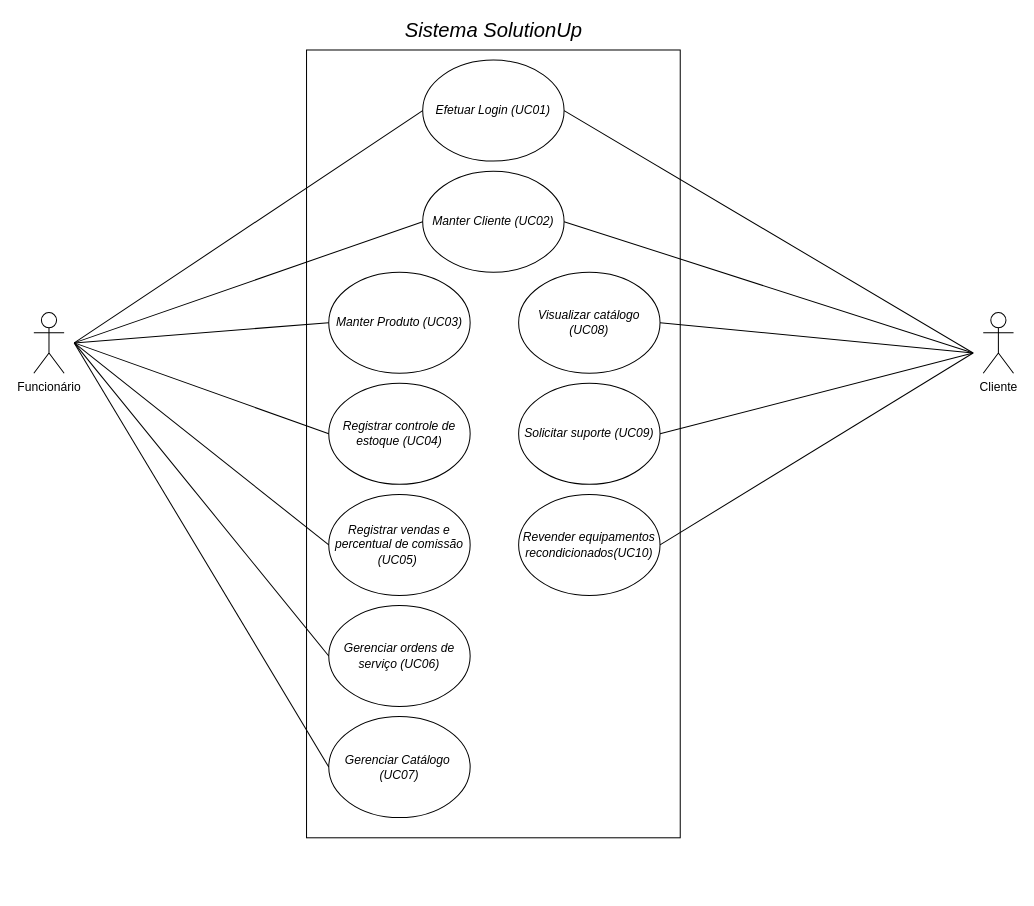
Above: 29-Mapeamento de Atores e Diagrama de Casos de Uso do Subsistema/SolutionUp_Diagrama de UCs.drawio in emersonsoaresdasilva/projeto-ope (draw.io), before the change. Source tidied: cells renumbered, new cells numbered last; positions are measured from the earlier drawing's top-left corner, leaving out a move shared by most shapes. Both pictures are drawn from the tidied source at 101%, with x=0, y=0 at pixel (33, 19).
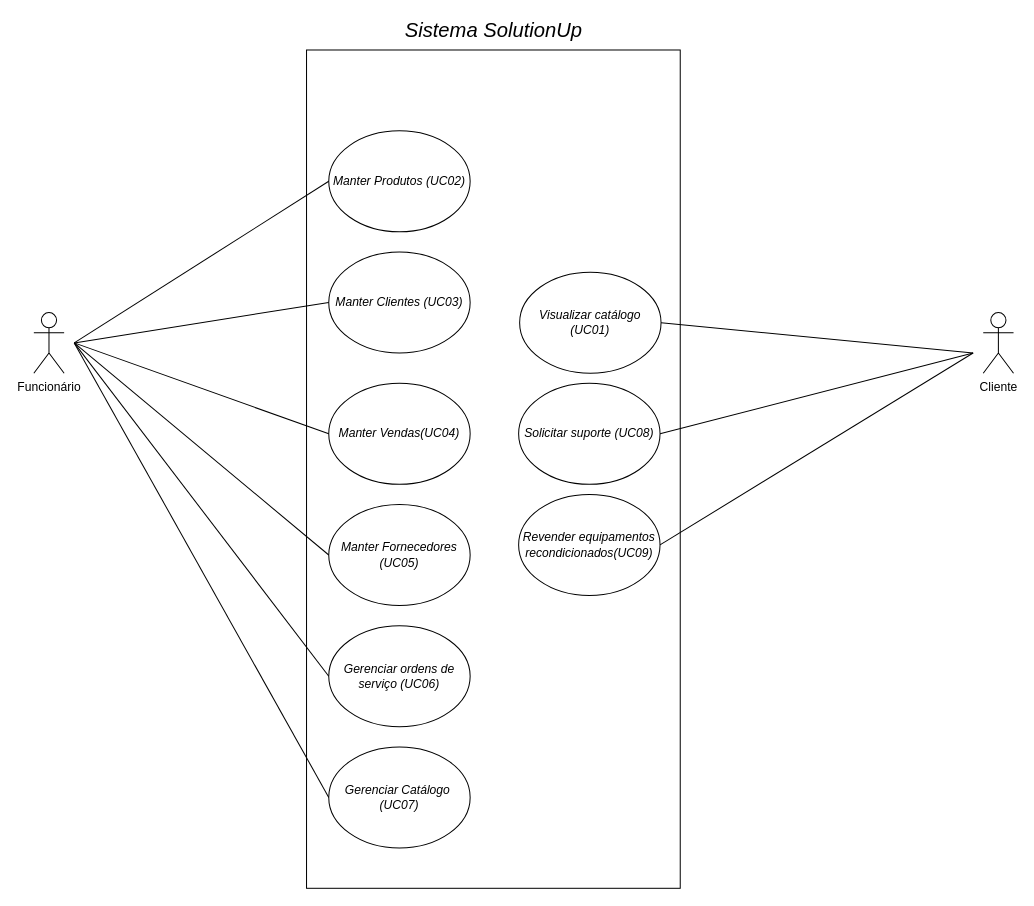
The same page after the edit.

Diff of the diagram source:
```diff
@@
     <mxCell id="2" style="rounded=0;whiteSpace=wrap;html=1;" parent="1" vertex="1">
-      <mxGeometry x="270" y="30" width="370" height="780" as="geometry" />
+      <mxGeometry x="270" y="30" width="370" height="830" as="geometry" />
     </mxCell>
@@
-    <mxCell id="5" value="Visualizar catálogo (UC08)" style="ellipse;whiteSpace=wrap;html=1;fontStyle=2;" parent="1" vertex="1">
-      <mxGeometry x="480" y="250" width="140" height="100" as="geometry" />
+    <mxCell id="5" value="Visualizar catálogo (UC01)" style="ellipse;whiteSpace=wrap;html=1;fontStyle=2;" parent="1" vertex="1">
+      <mxGeometry x="481" y="250" width="140" height="100" as="geometry" />
     </mxCell>
-    <mxCell id="6" value="Solicitar suporte (UC09)" style="ellipse;whiteSpace=wrap;html=1;fontStyle=2;" parent="1" vertex="1">
+    <mxCell id="6" value="Solicitar suporte (UC08)" style="ellipse;whiteSpace=wrap;html=1;fontStyle=2;" parent="1" vertex="1">
       <mxGeometry x="480" y="360" width="140" height="100" as="geometry" />
     </mxCell>
-    <mxCell id="7" value="Efetuar Login (UC01)" style="ellipse;whiteSpace=wrap;html=1;fontStyle=2;" parent="1" vertex="1">
-      <mxGeometry x="385" y="40" width="140" height="100" as="geometry" />
-    </mxCell>
@@
-    <mxCell id="9" value="Manter Cliente (UC02)" style="ellipse;whiteSpace=wrap;html=1;fontStyle=2;" parent="1" vertex="1">
-      <mxGeometry x="385" y="150" width="140" height="100" as="geometry" />
+    <mxCell id="9" value="Manter Clientes (UC03)" style="ellipse;whiteSpace=wrap;html=1;fontStyle=2;" parent="1" vertex="1">
+      <mxGeometry x="292" y="230" width="140" height="100" as="geometry" />
     </mxCell>
-    <mxCell id="10" value="Manter Produto (UC03)" style="ellipse;whiteSpace=wrap;html=1;fontStyle=2;" parent="1" vertex="1">
-      <mxGeometry x="292" y="250" width="140" height="100" as="geometry" />
+    <mxCell id="10" value="Manter Produtos (UC02)" style="ellipse;whiteSpace=wrap;html=1;fontStyle=2;" parent="1" vertex="1">
+      <mxGeometry x="292" y="110" width="140" height="100" as="geometry" />
     </mxCell>
-    <mxCell id="11" value="Registrar controle de estoque (UC04)" style="ellipse;whiteSpace=wrap;html=1;fontStyle=2;" parent="1" vertex="1">
-      <mxGeometry x="292" y="360" width="140" height="100" as="geometry" />
-    </mxCell>
     <mxCell id="12" value="Gerenciar ordens de serviço (UC06)" style="ellipse;whiteSpace=wrap;html=1;fontStyle=2;" parent="1" vertex="1">
-      <mxGeometry x="292" y="580" width="140" height="100" as="geometry" />
+      <mxGeometry x="292" y="600" width="140" height="100" as="geometry" />
     </mxCell>
     <mxCell id="13" value="Gerenciar Catálogo&amp;nbsp; (UC07)" style="ellipse;whiteSpace=wrap;html=1;fontStyle=2;" parent="1" vertex="1">
-      <mxGeometry x="292" y="690" width="140" height="100" as="geometry" />
+      <mxGeometry x="292" y="720" width="140" height="100" as="geometry" />
     </mxCell>
-    <mxCell id="14" value="Revender equipamentos recondicionados(UC10)" style="ellipse;whiteSpace=wrap;html=1;fontStyle=2;" parent="1" vertex="1">
+    <mxCell id="14" value="Revender equipamentos recondicionados(UC09)" style="ellipse;whiteSpace=wrap;html=1;fontStyle=2;" parent="1" vertex="1">
       <mxGeometry x="480" y="470" width="140" height="100" as="geometry" />
     </mxCell>
-    <mxCell id="15" value="Registrar vendas e percentual de comissão (UC05)&amp;nbsp;" style="ellipse;whiteSpace=wrap;html=1;fontStyle=2;" parent="1" vertex="1">
-      <mxGeometry x="292" y="470" width="140" height="100" as="geometry" />
+    <mxCell id="15" value="Manter Vendas(UC04)" style="ellipse;whiteSpace=wrap;html=1;fontStyle=2;" parent="1" vertex="1">
+      <mxGeometry x="292" y="360" width="140" height="100" as="geometry" />
     </mxCell>
@@
-    <mxCell id="19" style="endArrow=none;html=1;exitX=0;exitY=0.5;exitDx=0;exitDy=0;" parent="1" edge="1" source="11">
-      <mxGeometry relative="1" as="geometry">
-        <mxPoint x="40" y="320" as="targetPoint" />
-      </mxGeometry>
-    </mxCell>
-    <mxCell id="20" style="rounded=0;jettySize=auto;html=1;exitX=1;exitY=0.5;exitDx=0;exitDy=0;endArrow=none;endFill=0;" parent="1" edge="1" source="7">
-      <mxGeometry relative="1" as="geometry">
-        <mxPoint x="930" y="330" as="targetPoint" />
-      </mxGeometry>
-    </mxCell>
-    <mxCell id="21" style="rounded=0;jettySize=auto;html=1;exitX=1;exitY=0.5;exitDx=0;exitDy=0;startArrow=none;startFill=0;endArrow=none;endFill=0;" parent="1" edge="1" source="9">
-      <mxGeometry relative="1" as="geometry">
-        <mxPoint x="930" y="330" as="targetPoint" />
-      </mxGeometry>
-    </mxCell>
@@
-    <mxCell id="26" style="endArrow=none;html=1;exitX=0;exitY=0.5;exitDx=0;exitDy=0;" parent="1" edge="1" source="7">
-      <mxGeometry relative="1" as="geometry">
-        <mxPoint x="40" y="320" as="targetPoint" />
-      </mxGeometry>
-    </mxCell>
@@
+    <mxCell id="28" value="Manter Fornecedores (UC05)" style="ellipse;whiteSpace=wrap;html=1;fontStyle=2;" parent="1" vertex="1">
+      <mxGeometry x="292" y="480" width="140" height="100" as="geometry" />
+    </mxCell>
+    <mxCell id="29" style="endArrow=none;html=1;exitX=0;exitY=0.5;exitDx=0;exitDy=0;" parent="1" edge="1" source="28">
+      <mxGeometry relative="1" as="geometry">
+        <mxPoint x="40" y="320" as="targetPoint" />
+      </mxGeometry>
+    </mxCell>
```
